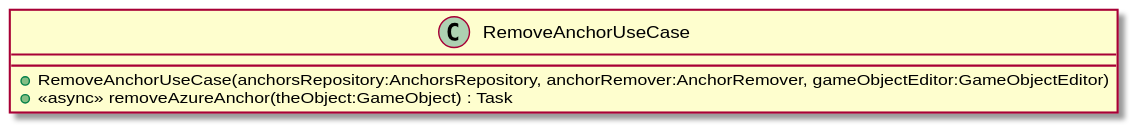
Above: UML/Assets/Scripts/RemoveAnchorUseCase.svg in DeNatur/ProductionFloorVisualization (PlantUML), before the change. The source it was exported from:
```plantuml
@startuml
class RemoveAnchorUseCase {
    + RemoveAnchorUseCase(anchorsRepository:AnchorsRepository, anchorRemover:AnchorRemover, gameObjectEditor:GameObjectEditor)
    + <<async>> removeAzureAnchor(theObject:GameObject) : Task
}
@enduml
```
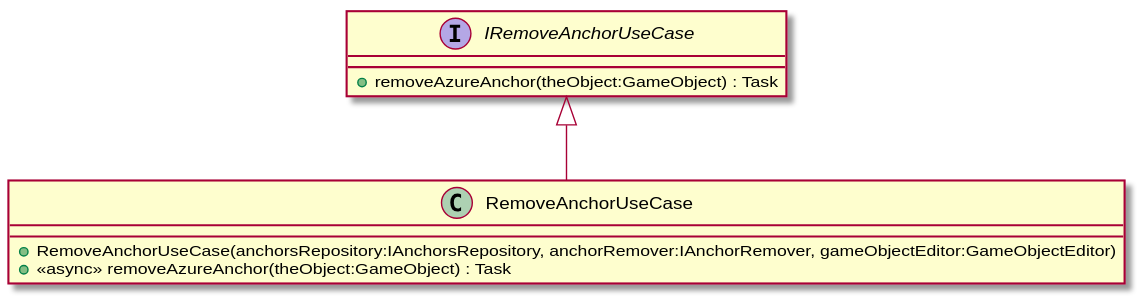
The same diagram one commit later.

What changed in the source:
```diff
@@ -1,6 +1,10 @@
 @startuml
+interface IRemoveAnchorUseCase {
+    + removeAzureAnchor(theObject:GameObject) : Task
+}
 class RemoveAnchorUseCase {
-    + RemoveAnchorUseCase(anchorsRepository:AnchorsRepository, anchorRemover:AnchorRemover, gameObjectEditor:GameObjectEditor)
+    + RemoveAnchorUseCase(anchorsRepository:IAnchorsRepository, anchorRemover:IAnchorRemover, gameObjectEditor:GameObjectEditor)
     + <<async>> removeAzureAnchor(theObject:GameObject) : Task
 }
+IRemoveAnchorUseCase <|-- RemoveAnchorUseCase
 @enduml
```
